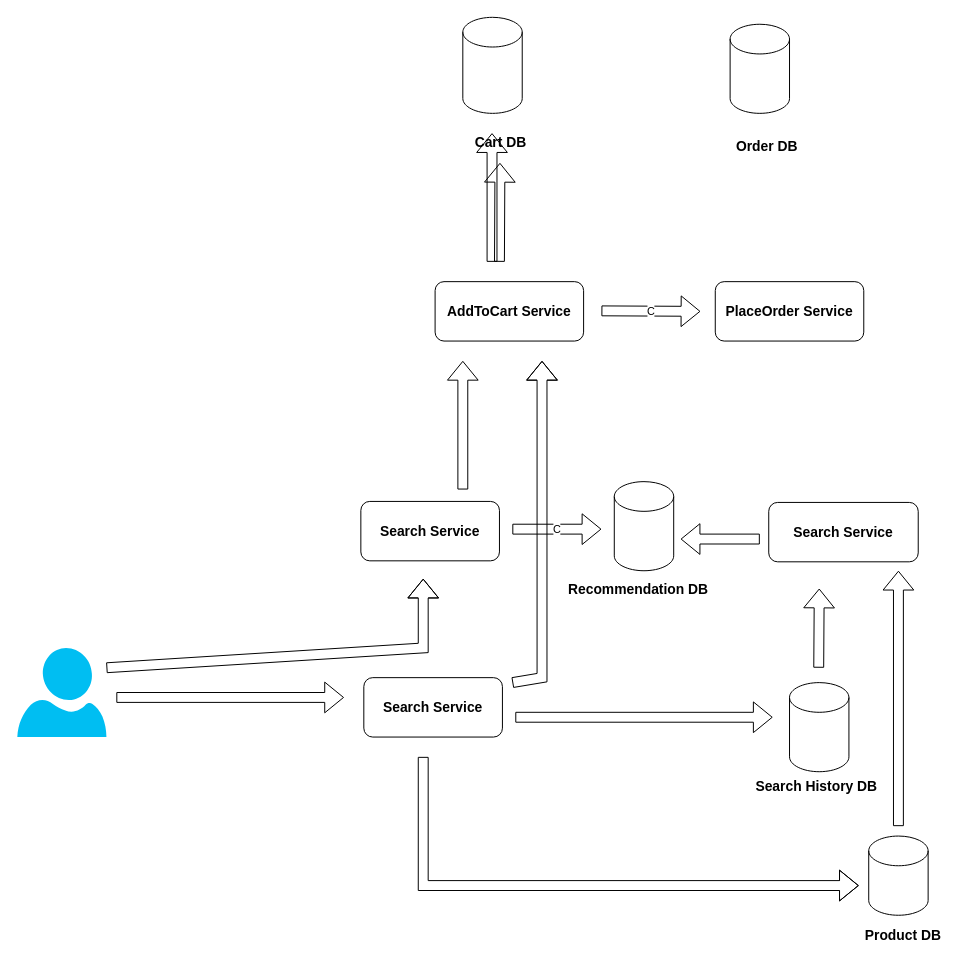
The draw.io diagram Microservice_design2.drawio in santoshgit1/App-Diagrams-net, before the edit. Source tidied: cells renumbered, new cells numbered last; positions are measured from the earlier drawing's top-left corner, leaving out a move shared by most shapes. Both pictures are drawn from the tidied source at 99%, with x=0, y=0 at pixel (17, 17).
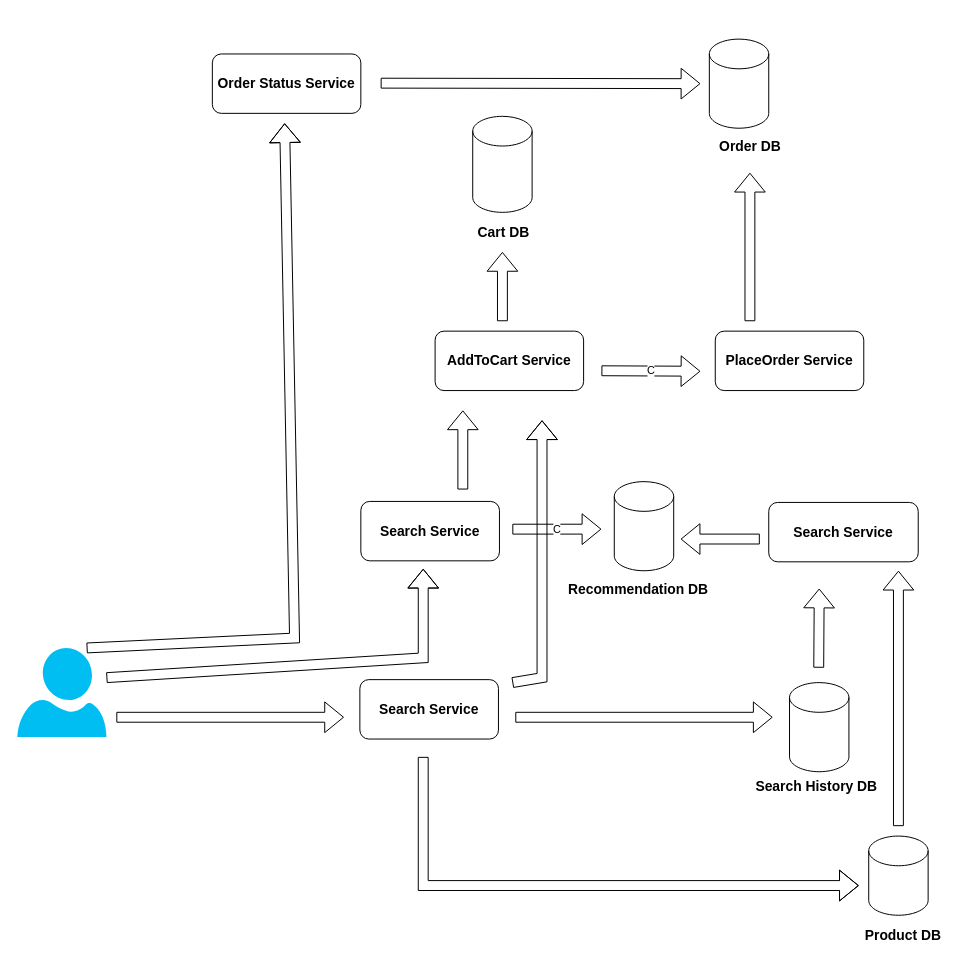
Above is the later version.

Change to the diagram source:
```diff
@@
     <mxCell id="3" value="&lt;b&gt;&lt;font style=&quot;font-size: 14px;&quot;&gt;Search Service&lt;/font&gt;&lt;/b&gt;" style="rounded=1;whiteSpace=wrap;html=1;" parent="1" vertex="1">
-      <mxGeometry x="350" y="667" width="140" height="60" as="geometry" />
+      <mxGeometry x="346" y="669" width="140" height="60" as="geometry" />
     </mxCell>
@@
     <mxCell id="5" style="shape=flexArrow;endArrow=classic;html=1;rounded=0;" parent="1" edge="1">
       <mxGeometry relative="1" as="geometry">
-        <mxPoint x="100" y="687" as="sourcePoint" />
-        <mxPoint x="330" y="687" as="targetPoint" />
+        <mxPoint x="100" y="707" as="sourcePoint" />
+        <mxPoint x="330" y="707" as="targetPoint" />
       </mxGeometry>
     </mxCell>
@@
     <mxCell id="14" style="shape=flexArrow;endArrow=classic;html=1;rounded=0;" parent="1" edge="1">
       <mxGeometry relative="1" as="geometry">
-        <mxPoint x="90" y="657" as="sourcePoint" />
-        <mxPoint x="410" y="567" as="targetPoint" />
+        <mxPoint x="90" y="667" as="sourcePoint" />
+        <mxPoint x="410" y="557" as="targetPoint" />
         <Array as="points">
-          <mxPoint x="410" y="637" />
+          <mxPoint x="410" y="647" />
         </Array>
       </mxGeometry>
     </mxCell>
@@
     <mxCell id="20" value="&lt;b&gt;&lt;font style=&quot;font-size: 14px;&quot;&gt;AddToCart Service&lt;/font&gt;&lt;/b&gt;" style="rounded=1;whiteSpace=wrap;html=1;" parent="1" vertex="1">
-      <mxGeometry x="422" y="267" width="150" height="60" as="geometry" />
+      <mxGeometry x="422" y="317" width="150" height="60" as="geometry" />
     </mxCell>
     <mxCell id="21" style="shape=flexArrow;endArrow=classic;html=1;rounded=0;" parent="1" edge="1">
       <mxGeometry relative="1" as="geometry">
         <mxPoint x="500" y="672" as="sourcePoint" />
-        <mxPoint x="530" y="347" as="targetPoint" />
+        <mxPoint x="530" y="407" as="targetPoint" />
         <Array as="points">
           <mxPoint x="530" y="667" />
         </Array>
       </mxGeometry>
     </mxCell>
     <mxCell id="22" style="shape=flexArrow;endArrow=classic;html=1;rounded=0;" parent="1" edge="1">
       <mxGeometry relative="1" as="geometry">
         <mxPoint x="450" y="477" as="sourcePoint" />
-        <mxPoint x="450" y="347" as="targetPoint" />
+        <mxPoint x="450" y="397" as="targetPoint" />
       </mxGeometry>
     </mxCell>
     <mxCell id="23" value="&lt;b&gt;&lt;font style=&quot;font-size: 14px;&quot;&gt;PlaceOrder Service&lt;/font&gt;&lt;/b&gt;" style="rounded=1;whiteSpace=wrap;html=1;" parent="1" vertex="1">
-      <mxGeometry x="705" y="267" width="150" height="60" as="geometry" />
+      <mxGeometry x="705" y="317" width="150" height="60" as="geometry" />
     </mxCell>
     <mxCell id="24" style="shape=cylinder3;whiteSpace=wrap;html=1;boundedLbl=1;backgroundOutline=1;size=15;" parent="1" vertex="1">
-      <mxGeometry x="450" width="60" height="97" as="geometry" />
+      <mxGeometry x="460" y="100" width="60" height="97" as="geometry" />
     </mxCell>
     <mxCell id="25" style="shape=cylinder3;whiteSpace=wrap;html=1;boundedLbl=1;backgroundOutline=1;size=15;" parent="1" vertex="1">
-      <mxGeometry x="720" y="7" width="60" height="90" as="geometry" />
+      <mxGeometry x="699" y="22" width="60" height="90" as="geometry" />
     </mxCell>
     <mxCell id="26" value="C" style="shape=flexArrow;endArrow=classic;html=1;rounded=0;" parent="1" edge="1">
       <mxGeometry relative="1" as="geometry">
-        <mxPoint x="590" y="296.5" as="sourcePoint" />
-        <mxPoint x="690" y="297" as="targetPoint" />
+        <mxPoint x="590" y="357" as="sourcePoint" />
+        <mxPoint x="690" y="357.5" as="targetPoint" />
       </mxGeometry>
     </mxCell>
-    <mxCell id="27" style="shape=flexArrow;endArrow=classic;html=1;rounded=0;" parent="1" edge="1">
-      <mxGeometry relative="1" as="geometry">
-        <mxPoint x="479.5" y="247" as="sourcePoint" />
-        <mxPoint x="479.5" y="117" as="targetPoint" />
-      </mxGeometry>
-    </mxCell>
     <mxCell id="28" style="shape=flexArrow;endArrow=classic;html=1;rounded=0;" parent="1" edge="1">
       <mxGeometry relative="1" as="geometry">
-        <mxPoint x="487" y="247" as="sourcePoint" />
-        <mxPoint x="487.5" y="147" as="targetPoint" />
+        <mxPoint x="490" y="307" as="sourcePoint" />
+        <mxPoint x="490" y="237" as="targetPoint" />
       </mxGeometry>
     </mxCell>
     <mxCell id="29" value="&lt;span style=&quot;font-size: 14px;&quot;&gt;&lt;b&gt;Cart DB&lt;/b&gt;&lt;/span&gt;" style="text;html=1;align=center;verticalAlign=middle;whiteSpace=wrap;rounded=0;" parent="1" vertex="1">
-      <mxGeometry x="411" y="107" width="155" height="38" as="geometry" />
+      <mxGeometry x="440" y="197" width="103" height="40" as="geometry" />
     </mxCell>
     <mxCell id="30" value="&lt;span style=&quot;font-size: 14px;&quot;&gt;&lt;b&gt;Order DB&lt;/b&gt;&lt;/span&gt;" style="text;html=1;align=center;verticalAlign=middle;whiteSpace=wrap;rounded=0;" parent="1" vertex="1">
-      <mxGeometry x="680" y="117" width="155" height="28" as="geometry" />
+      <mxGeometry x="663" y="117" width="155" height="28" as="geometry" />
     </mxCell>
+    <mxCell id="31" style="shape=flexArrow;endArrow=classic;html=1;rounded=0;" parent="1" edge="1">
+      <mxGeometry relative="1" as="geometry">
+        <mxPoint x="740" y="307" as="sourcePoint" />
+        <mxPoint x="740" y="157" as="targetPoint" />
+      </mxGeometry>
+    </mxCell>
+    <mxCell id="32" value="&lt;b&gt;&lt;font style=&quot;font-size: 14px;&quot;&gt;Order Status Service&lt;/font&gt;&lt;/b&gt;" style="rounded=1;whiteSpace=wrap;html=1;" parent="1" vertex="1">
+      <mxGeometry x="197" y="37" width="150" height="60" as="geometry" />
+    </mxCell>
+    <mxCell id="33" style="shape=flexArrow;endArrow=classic;html=1;rounded=0;" parent="1" edge="1">
+      <mxGeometry relative="1" as="geometry">
+        <mxPoint x="70" y="637" as="sourcePoint" />
+        <mxPoint x="270" y="107" as="targetPoint" />
+        <Array as="points">
+          <mxPoint x="280" y="627" />
+        </Array>
+      </mxGeometry>
+    </mxCell>
+    <mxCell id="34" style="shape=flexArrow;endArrow=classic;html=1;rounded=0;" parent="1" edge="1">
+      <mxGeometry relative="1" as="geometry">
+        <mxPoint x="367" y="66.5" as="sourcePoint" />
+        <mxPoint x="690" y="67" as="targetPoint" />
+      </mxGeometry>
+    </mxCell>
```
